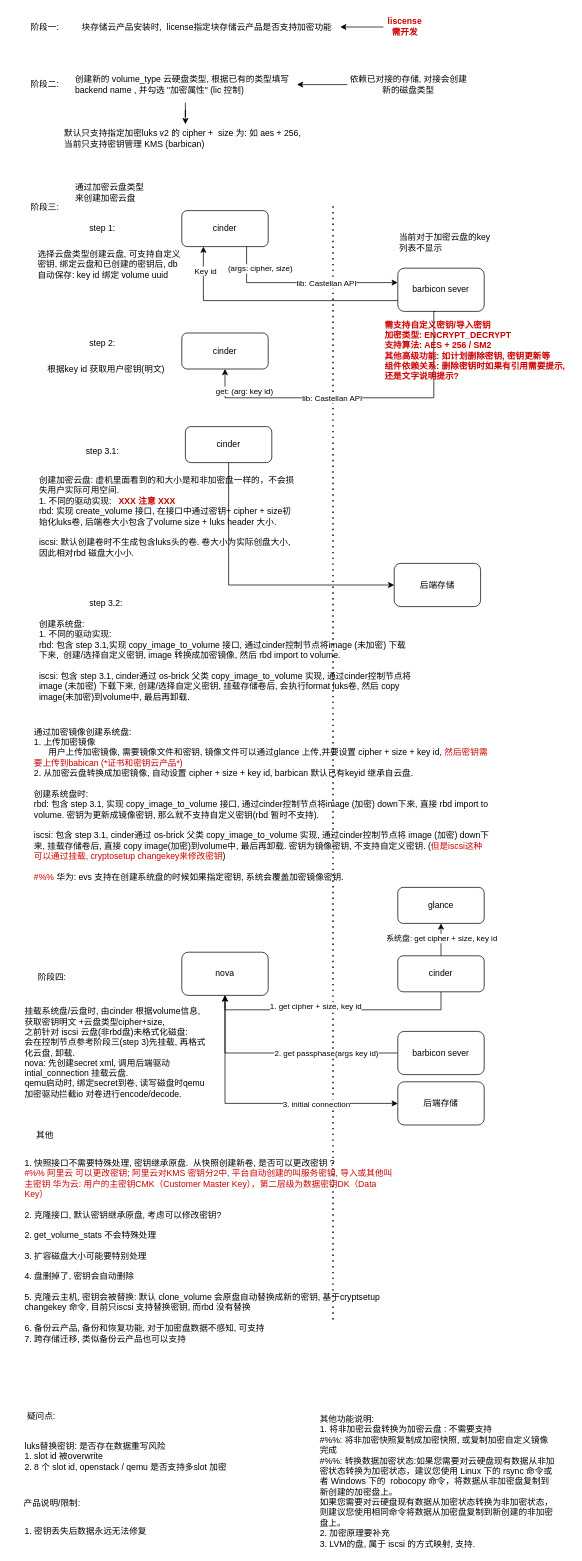
Earlier version of the draw.io diagram 磁盘加密.drawio (ChenFanTony/ceph-diagrams). Source tidied: cells renumbered, new cells numbered last; positions are measured from the earlier drawing's top-left corner, leaving out a move shared by most shapes. Both pictures are drawn from the tidied source at 72%, with x=0, y=0 at pixel (12, 12).
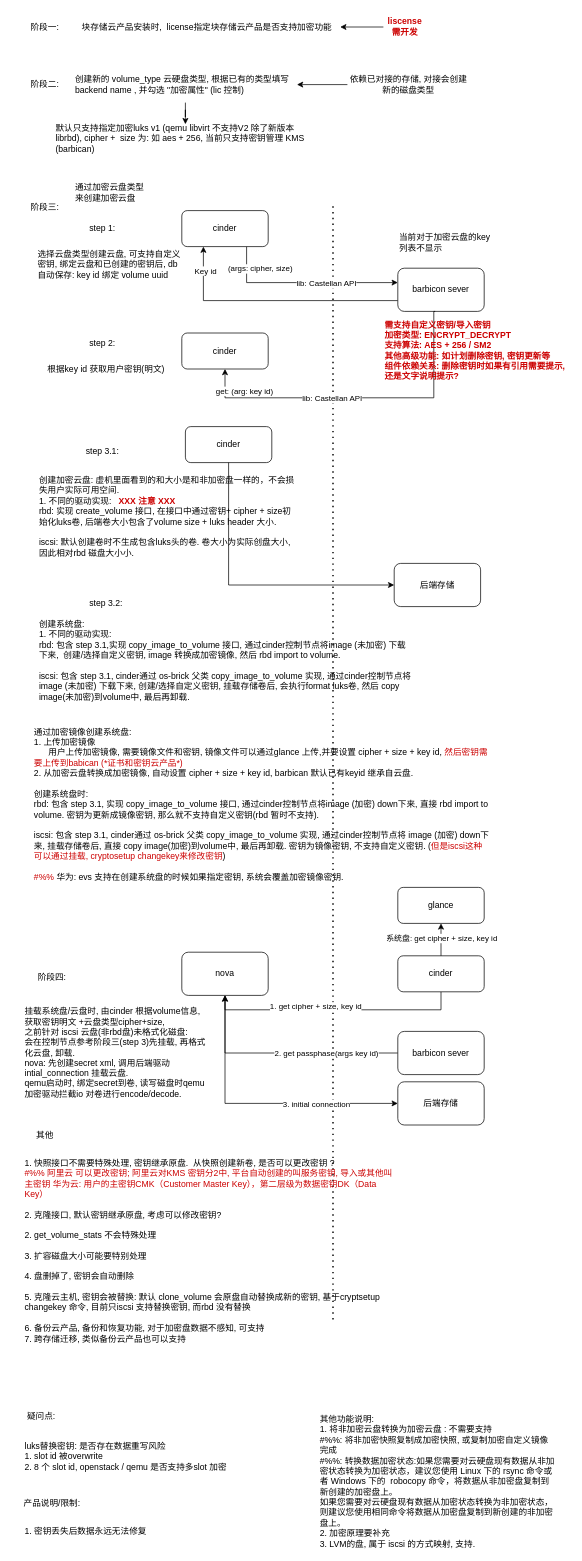
The same page after the edit.

Commit message:
更新磁盘加密.drawio

Change to the diagram source:
```diff
@@
-    <mxCell id="19" value="默认只支持指定加密luks v2 的 cipher +&amp;nbsp; size 为: 如 aes + 256, 当前只支持密钥管理 KMS (barbican)" style="text;html=1;whiteSpace=wrap;strokeColor=none;fillColor=none;align=left;verticalAlign=middle;rounded=0;" parent="1" vertex="1">
-      <mxGeometry x="70" y="155" width="340" height="40" as="geometry" />
+    <mxCell id="19" value="默认只支持指定加密luks v1 (qemu libvirt 不支持V2 除了新版本librbd), cipher +&amp;nbsp; size 为: 如 aes + 256, 当前只支持密钥管理 KMS (barbican)" style="text;html=1;whiteSpace=wrap;strokeColor=none;fillColor=none;align=left;verticalAlign=middle;rounded=0;" parent="1" vertex="1">
+      <mxGeometry x="57.5" y="155" width="365" height="40" as="geometry" />
     </mxCell>
```
